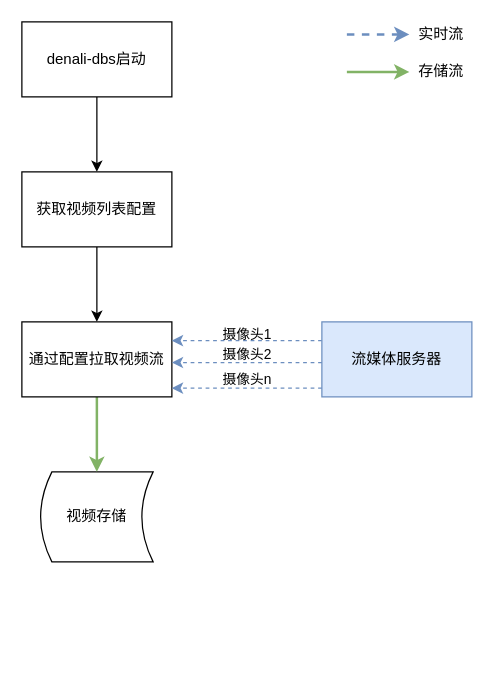
Before: page "存储视频" (3 of 3) of dbs.drawio in gggyx/wyx, a draw.io diagram. Source tidied: cells renumbered, new cells numbered last; positions are measured from the earlier drawing's top-left corner, leaving out a move shared by most shapes. Both pictures are drawn from the tidied source at 125%, with x=0, y=0 at pixel (21, 21).
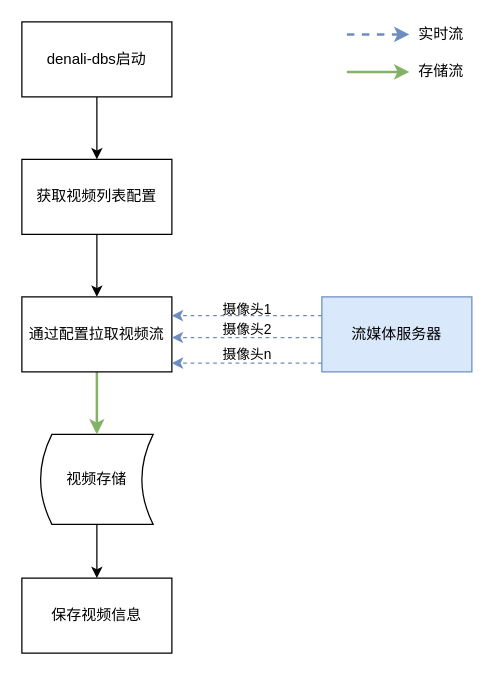
The same diagram, later.

Change to the diagram source:
```diff
@@
     <mxCell id="4" value="视频存储" style="shape=dataStorage;whiteSpace=wrap;html=1;" parent="1" vertex="1">
-      <mxGeometry x="15" y="360" width="90" height="72" as="geometry" />
+      <mxGeometry x="15" y="330" width="90" height="72" as="geometry" />
     </mxCell>
@@
     <mxCell id="6" value="获取视频列表配置" style="rounded=0;whiteSpace=wrap;html=1;" parent="1" vertex="1">
-      <mxGeometry y="120" width="120" height="60" as="geometry" />
+      <mxGeometry y="110" width="120" height="60" as="geometry" />
     </mxCell>
@@
     <mxCell id="8" value="通过配置拉取视频流" style="rounded=0;whiteSpace=wrap;html=1;" parent="1" vertex="1">
-      <mxGeometry y="240" width="120" height="60" as="geometry" />
+      <mxGeometry y="220" width="120" height="60" as="geometry" />
     </mxCell>
@@
     <mxCell id="10" value="流媒体服务器" style="rounded=0;whiteSpace=wrap;html=1;fillColor=#dae8fc;strokeColor=#6c8ebf;" parent="1" vertex="1">
-      <mxGeometry x="240" y="240" width="120" height="60" as="geometry" />
+      <mxGeometry x="240" y="220" width="120" height="60" as="geometry" />
     </mxCell>
     <mxCell id="11" style="edgeStyle=orthogonalEdgeStyle;rounded=0;orthogonalLoop=1;jettySize=auto;html=1;exitX=0;exitY=0.25;exitDx=0;exitDy=0;entryX=1;entryY=0.25;entryDx=0;entryDy=0;dashed=1;fillColor=#dae8fc;strokeColor=#6c8ebf;" parent="1" edge="1">
       <mxGeometry relative="1" as="geometry">
-        <mxPoint x="240" y="272.5" as="sourcePoint" />
-        <mxPoint x="120" y="272.5" as="targetPoint" />
+        <mxPoint x="240" y="252.5" as="sourcePoint" />
+        <mxPoint x="120" y="252.5" as="targetPoint" />
       </mxGeometry>
     </mxCell>
     <mxCell id="12" style="edgeStyle=orthogonalEdgeStyle;rounded=0;orthogonalLoop=1;jettySize=auto;html=1;exitX=0;exitY=0.25;exitDx=0;exitDy=0;entryX=1;entryY=0.25;entryDx=0;entryDy=0;dashed=1;fillColor=#dae8fc;strokeColor=#6c8ebf;" parent="1" edge="1">
       <mxGeometry relative="1" as="geometry">
-        <mxPoint x="240" y="293" as="sourcePoint" />
-        <mxPoint x="120" y="293" as="targetPoint" />
+        <mxPoint x="240" y="273" as="sourcePoint" />
+        <mxPoint x="120" y="273" as="targetPoint" />
       </mxGeometry>
     </mxCell>
     <mxCell id="13" value="&lt;font style=&quot;font-size: 11px&quot;&gt;摄像头1&lt;/font&gt;" style="text;html=1;align=center;verticalAlign=middle;" parent="1" vertex="1">
-      <mxGeometry x="150" y="240" width="60" height="20" as="geometry" />
+      <mxGeometry x="150" y="220" width="60" height="20" as="geometry" />
     </mxCell>
     <mxCell id="14" value="&lt;font style=&quot;font-size: 11px&quot;&gt;摄像头2&lt;/font&gt;" style="text;html=1;align=center;verticalAlign=middle;" parent="1" vertex="1">
-      <mxGeometry x="150" y="256" width="60" height="20" as="geometry" />
+      <mxGeometry x="150" y="236" width="60" height="20" as="geometry" />
     </mxCell>
     <mxCell id="15" value="&lt;font style=&quot;font-size: 11px&quot;&gt;摄像头n&lt;/font&gt;" style="text;html=1;align=center;verticalAlign=middle;" parent="1" vertex="1">
-      <mxGeometry x="150" y="276" width="60" height="20" as="geometry" />
+      <mxGeometry x="150" y="256" width="60" height="20" as="geometry" />
     </mxCell>
@@
+    <mxCell id="22" value="保存视频信息" style="rounded=0;whiteSpace=wrap;html=1;" parent="1" vertex="1">
+      <mxGeometry y="445" width="120" height="60" as="geometry" />
+    </mxCell>
+    <mxCell id="23" style="endArrow=classic;html=1;exitX=0.5;exitY=1;exitDx=0;exitDy=0;entryX=0.5;entryY=0;entryDx=0;entryDy=0;" parent="1" edge="1" source="4" target="22">
+      <mxGeometry relative="1" as="geometry" />
+    </mxCell>
```
